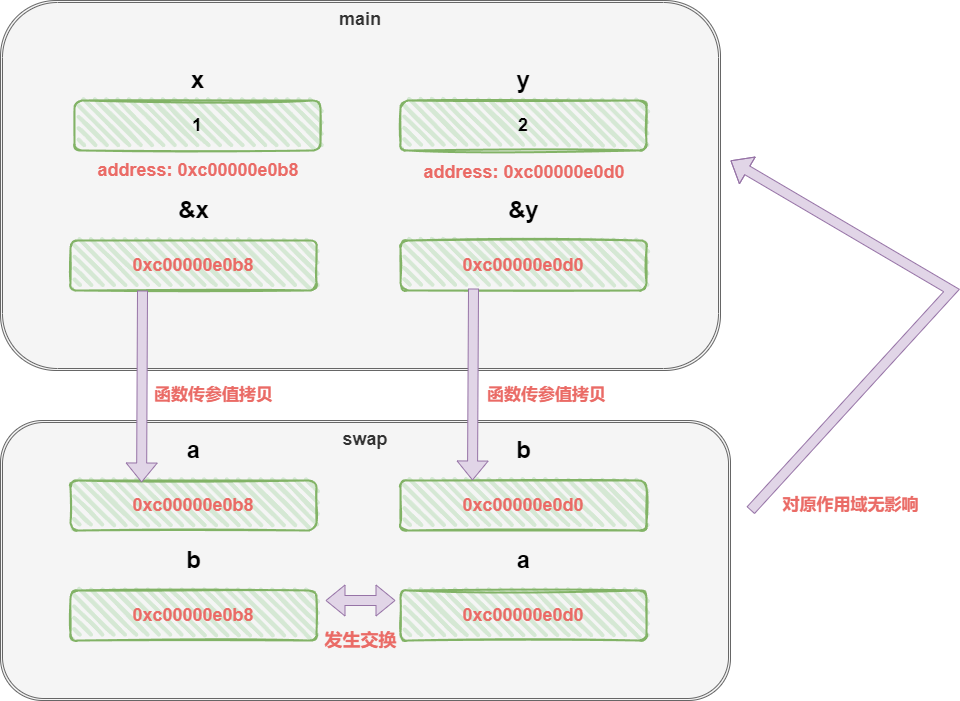
Earlier version of the draw.io export Go/go_ptr1.drawio.png (muxicode/c153080686). Source tidied: cells renumbered, new cells last; positions are measured from the earlier drawing's top-left corner, leaving out a move shared by most shapes.
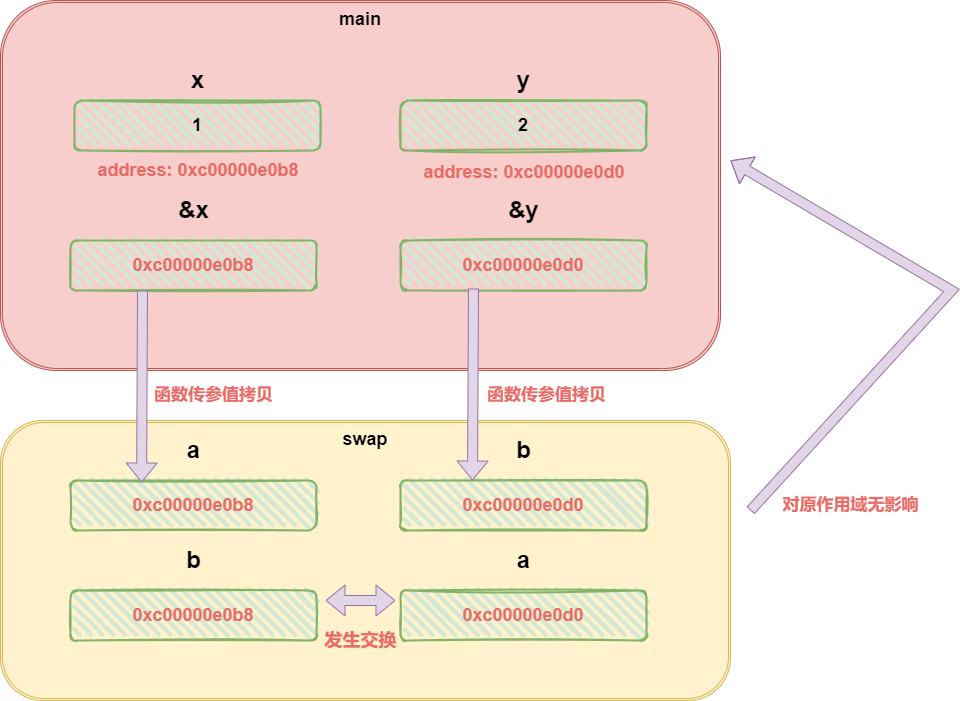
Later version of the same file.

What changed in the source:
```diff
@@ -2,7 +2,7 @@
   <root>
     <mxCell id="0" />
     <mxCell id="1" parent="0" />
-    <mxCell id="2" value="&lt;font style=&quot;font-size: 18px;&quot;&gt;&lt;b&gt;main&lt;/b&gt;&lt;/font&gt;" style="shape=ext;double=1;rounded=1;whiteSpace=wrap;html=1;align=center;verticalAlign=top;fillColor=#f5f5f5;fontColor=#333333;strokeColor=#666666;" parent="1" vertex="1">
+    <mxCell id="2" value="&lt;font style=&quot;font-size: 18px;&quot;&gt;&lt;b&gt;main&lt;/b&gt;&lt;/font&gt;" style="shape=ext;double=1;rounded=1;whiteSpace=wrap;html=1;align=center;verticalAlign=top;fillColor=#f8cecc;strokeColor=#b85450;" parent="1" vertex="1">
       <mxGeometry width="720" height="370" as="geometry" />
     </mxCell>
     <mxCell id="3" value="&lt;font style=&quot;font-size: 18px;&quot;&gt;&lt;b&gt;1&lt;/b&gt;&lt;/font&gt;" style="rounded=1;whiteSpace=wrap;html=1;strokeWidth=2;fillWeight=4;hachureGap=8;hachureAngle=45;fillColor=#d5e8d4;sketch=1;strokeColor=#82b366;" parent="1" vertex="1">
@@ -29,7 +29,7 @@
     <mxCell id="10" value="&lt;font color=&quot;#ea6b66&quot; style=&quot;font-size: 18px;&quot;&gt;address: 0xc00000e0d0&amp;nbsp;&lt;/font&gt;" style="text;strokeColor=none;fillColor=none;html=1;fontSize=24;fontStyle=1;verticalAlign=middle;align=center;" parent="1" vertex="1">
       <mxGeometry x="476" y="150" width="100" height="40" as="geometry" />
     </mxCell>
-    <mxCell id="11" value="&lt;span style=&quot;font-size: 18px;&quot;&gt;&lt;b&gt;swap&lt;/b&gt;&lt;/span&gt;" style="shape=ext;double=1;rounded=1;whiteSpace=wrap;html=1;align=center;verticalAlign=top;fillColor=#f5f5f5;fontColor=#333333;strokeColor=#666666;" parent="1" vertex="1">
+    <mxCell id="11" value="&lt;span style=&quot;font-size: 18px;&quot;&gt;&lt;b&gt;swap&lt;/b&gt;&lt;/span&gt;" style="shape=ext;double=1;rounded=1;whiteSpace=wrap;html=1;align=center;verticalAlign=top;fillColor=#fff2cc;strokeColor=#d6b656;" parent="1" vertex="1">
       <mxGeometry y="420" width="730" height="280" as="geometry" />
     </mxCell>
     <mxCell id="12" value="&amp;amp;y" style="text;strokeColor=none;fillColor=none;html=1;fontSize=24;fontStyle=1;verticalAlign=middle;align=center;" parent="1" vertex="1">
```
